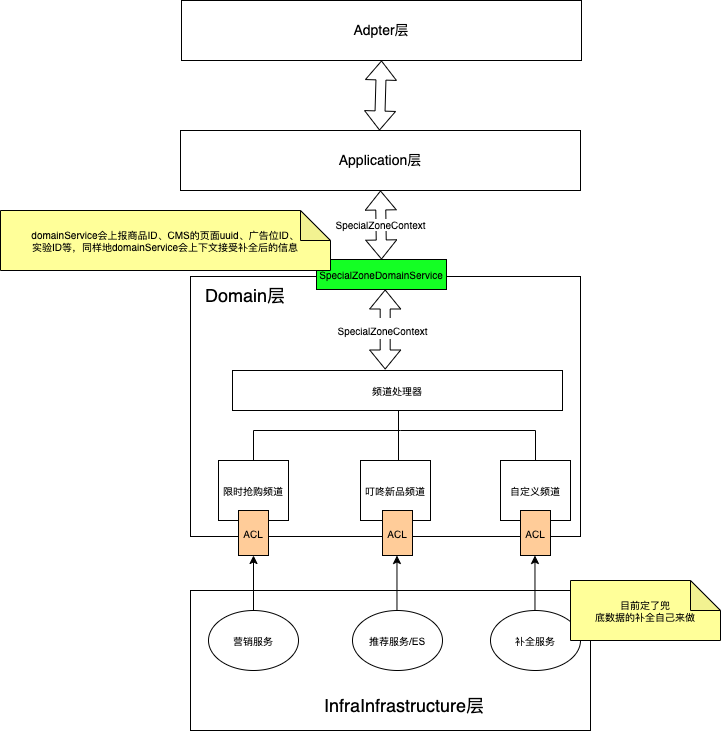
Before: 特色专区DDD流程图.png, a diagram exported from draw.io (Ant-dong/images). Source tidied: cells renumbered, new cells last; positions are measured from the earlier drawing's top-left corner, leaving out a move shared by most shapes.
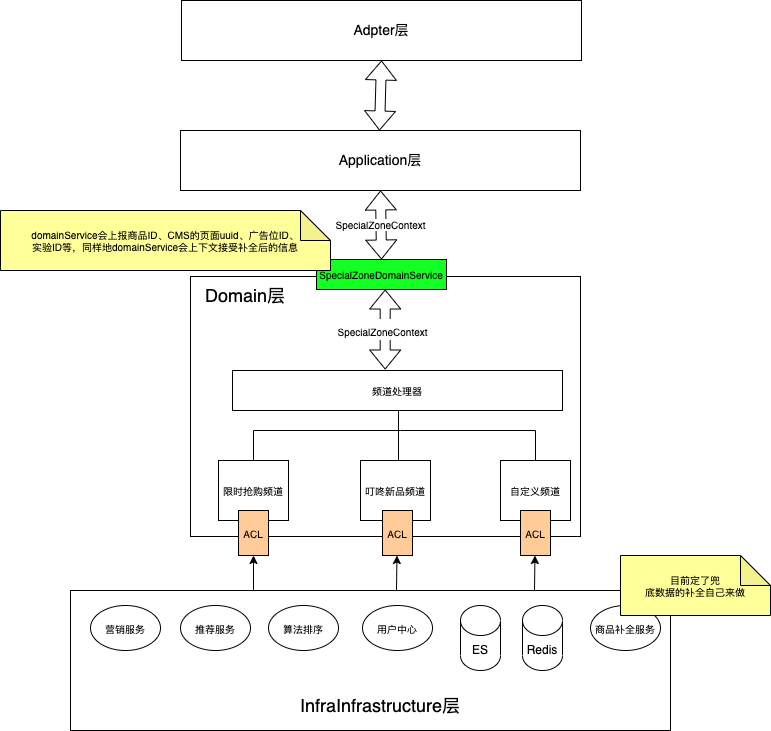
After the change.

Commit message:
更新特色专区DDD流程图.png

The edit, as a diff of the source:
```diff
@@ -3,7 +3,7 @@
     <mxCell id="0" />
     <mxCell id="1" parent="0" />
     <mxCell id="2" style="rounded=0;whiteSpace=wrap;html=1;fontSize=10;fillColor=#FFFFFF;" parent="1" vertex="1">
-      <mxGeometry x="190" y="590" width="400" height="140" as="geometry" />
+      <mxGeometry x="70" y="590" width="600" height="140" as="geometry" />
     </mxCell>
     <mxCell id="3" value="&lt;font style=&quot;font-size: 14px&quot;&gt;Application层&lt;/font&gt;" style="rounded=0;whiteSpace=wrap;html=1;" parent="1" vertex="1">
       <mxGeometry x="180" y="130" width="400" height="60" as="geometry" />
@@ -79,34 +79,27 @@
       <mxGeometry y="210" width="330" height="60" as="geometry" />
     </mxCell>
     <mxCell id="22" value="营销服务" style="ellipse;whiteSpace=wrap;html=1;fontSize=10;fillColor=#FFFFFF;" parent="1" vertex="1">
-      <mxGeometry x="208" y="610" width="90" height="60" as="geometry" />
+      <mxGeometry x="90" y="605" width="70" height="45" as="geometry" />
     </mxCell>
-    <mxCell id="23" value="推荐服务/ES" style="ellipse;whiteSpace=wrap;html=1;fontSize=10;fillColor=#FFFFFF;" parent="1" vertex="1">
-      <mxGeometry x="352" y="610" width="90" height="60" as="geometry" />
-    </mxCell>
-    <mxCell id="24" value="补全服务" style="ellipse;whiteSpace=wrap;html=1;fontSize=10;fillColor=#FFFFFF;" parent="1" vertex="1">
-      <mxGeometry x="490" y="610" width="90" height="60" as="geometry" />
-    </mxCell>
-    <mxCell id="25" value="目前定了兜&lt;br&gt;底数据的补全自己来做" style="shape=note;whiteSpace=wrap;html=1;backgroundOutline=1;darkOpacity=0.05;fontSize=10;fillColor=#FFFF99;" parent="1" vertex="1">
-      <mxGeometry x="570" y="580" width="150" height="60" as="geometry" />
-    </mxCell>
-    <mxCell id="26" style="endArrow=classic;html=1;rounded=0;fontSize=10;entryX=0.5;entryY=1;entryDx=0;entryDy=0;exitX=0.5;exitY=0;exitDx=0;exitDy=0;" parent="1" edge="1" source="22" target="17">
-      <mxGeometry relative="1" as="geometry" />
+    <mxCell id="26" style="endArrow=classic;html=1;rounded=0;fontSize=10;entryX=0.5;entryY=1;entryDx=0;entryDy=0;" parent="1" edge="1" target="17">
+      <mxGeometry relative="1" as="geometry">
+        <mxPoint x="253" y="590" as="sourcePoint" />
+      </mxGeometry>
     </mxCell>
-    <mxCell id="27" style="endArrow=classic;html=1;rounded=0;fontSize=10;entryX=0.5;entryY=1;entryDx=0;entryDy=0;exitX=0.5;exitY=0;exitDx=0;exitDy=0;" parent="1" edge="1">
+    <mxCell id="27" style="endArrow=classic;html=1;rounded=0;fontSize=10;entryX=0.5;entryY=1;entryDx=0;entryDy=0;" parent="1" edge="1">
       <mxGeometry relative="1" as="geometry">
-        <mxPoint x="396.5" y="610" as="sourcePoint" />
+        <mxPoint x="396" y="590" as="sourcePoint" />
         <mxPoint x="396.5" y="555" as="targetPoint" />
       </mxGeometry>
     </mxCell>
-    <mxCell id="28" style="endArrow=classic;html=1;rounded=0;fontSize=10;entryX=0.5;entryY=1;entryDx=0;entryDy=0;exitX=0.5;exitY=0;exitDx=0;exitDy=0;" parent="1" edge="1">
+    <mxCell id="28" style="endArrow=classic;html=1;rounded=0;fontSize=10;entryX=0.5;entryY=1;entryDx=0;entryDy=0;" parent="1" edge="1">
       <mxGeometry relative="1" as="geometry">
-        <mxPoint x="534.5" y="610" as="sourcePoint" />
+        <mxPoint x="534" y="590" as="sourcePoint" />
         <mxPoint x="534.5" y="555" as="targetPoint" />
       </mxGeometry>
     </mxCell>
     <mxCell id="29" value="&lt;font style=&quot;font-size: 18px&quot;&gt;InfraInfrastructure层&lt;/font&gt;" style="text;html=1;strokeColor=none;fillColor=none;align=center;verticalAlign=middle;whiteSpace=wrap;rounded=0;fontSize=10;" parent="1" vertex="1">
-      <mxGeometry x="309" y="690" width="190" height="30" as="geometry" />
+      <mxGeometry x="285" y="690" width="190" height="30" as="geometry" />
     </mxCell>
     <mxCell id="30" value="&lt;font style=&quot;font-size: 14px&quot;&gt;Adpter层&lt;/font&gt;" style="rounded=0;whiteSpace=wrap;html=1;" parent="1" vertex="1">
       <mxGeometry x="181" width="400" height="60" as="geometry" />
@@ -116,5 +109,26 @@
         <mxPoint x="379" y="130" as="sourcePoint" />
       </mxGeometry>
     </mxCell>
+    <mxCell id="32" value="推荐服务" style="ellipse;whiteSpace=wrap;html=1;fontSize=10;fillColor=#FFFFFF;" parent="1" vertex="1">
+      <mxGeometry x="180" y="605" width="70" height="45" as="geometry" />
+    </mxCell>
+    <mxCell id="33" value="商品补全服务" style="ellipse;whiteSpace=wrap;html=1;fontSize=10;fillColor=#FFFFFF;" parent="1" vertex="1">
+      <mxGeometry x="590" y="605" width="70" height="45" as="geometry" />
+    </mxCell>
+    <mxCell id="25" value="目前定了兜&lt;br&gt;底数据的补全自己来做" style="shape=note;whiteSpace=wrap;html=1;backgroundOutline=1;darkOpacity=0.05;fontSize=10;fillColor=#FFFF99;" parent="1" vertex="1">
+      <mxGeometry x="620" y="555" width="150" height="60" as="geometry" />
+    </mxCell>
+    <mxCell id="34" value="算法排序" style="ellipse;whiteSpace=wrap;html=1;fontSize=10;fillColor=#FFFFFF;" parent="1" vertex="1">
+      <mxGeometry x="268" y="605" width="70" height="45" as="geometry" />
+    </mxCell>
+    <mxCell id="35" value="用户中心" style="ellipse;whiteSpace=wrap;html=1;fontSize=10;fillColor=#FFFFFF;" parent="1" vertex="1">
+      <mxGeometry x="362" y="605" width="70" height="45" as="geometry" />
+    </mxCell>
+    <mxCell id="36" value="ES" style="shape=cylinder3;whiteSpace=wrap;html=1;boundedLbl=1;backgroundOutline=1;size=15;" parent="1" vertex="1">
+      <mxGeometry x="460" y="605" width="40" height="65" as="geometry" />
+    </mxCell>
+    <mxCell id="37" value="Redis" style="shape=cylinder3;whiteSpace=wrap;html=1;boundedLbl=1;backgroundOutline=1;size=15;" parent="1" vertex="1">
+      <mxGeometry x="522" y="605" width="40" height="65" as="geometry" />
+    </mxCell>
   </root>
 </mxGraphModel>
```
